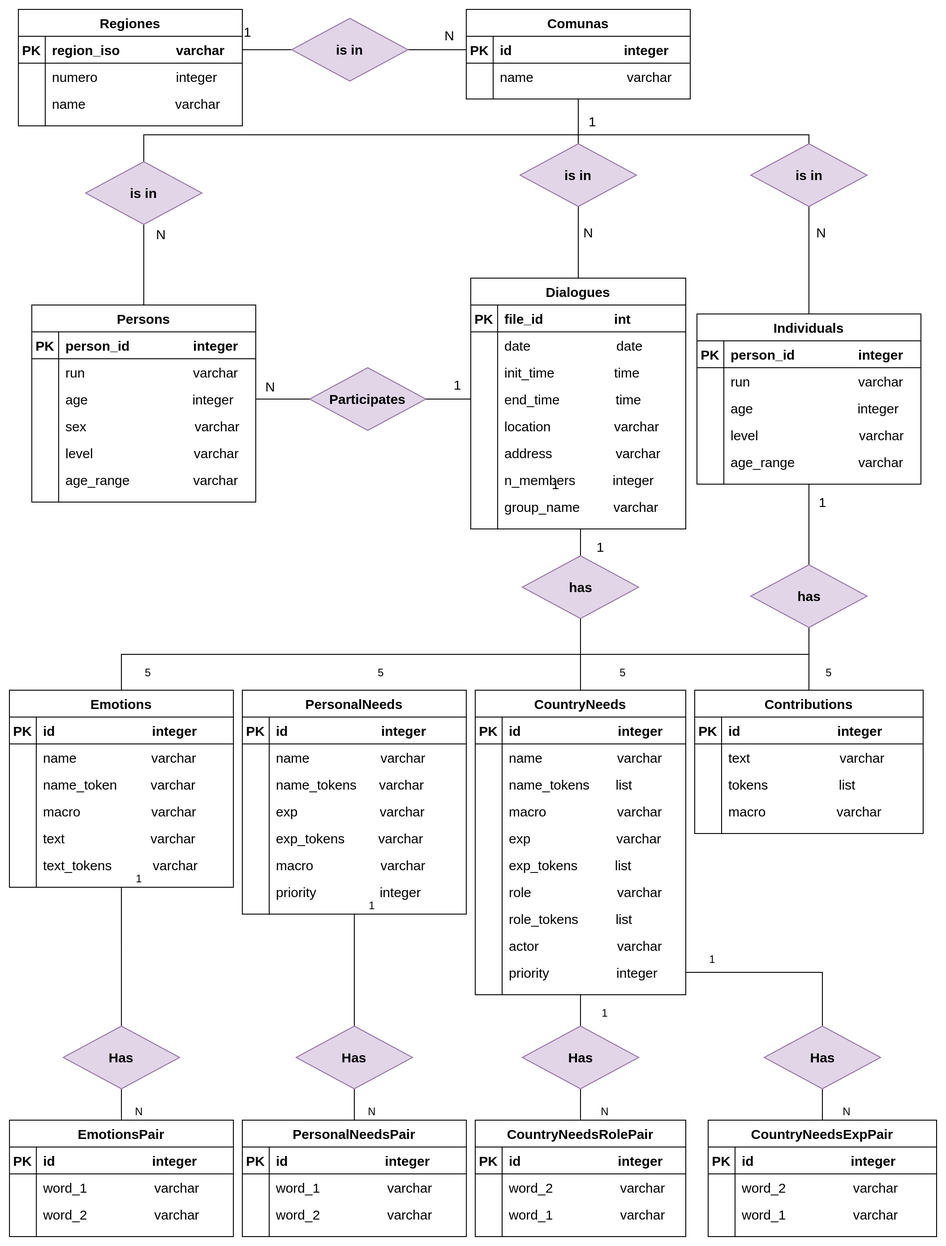
Earlier version of the draw.io export diagrams/MER.png (ECQQ/preprocessing). Source tidied: cells renumbered, new cells last; positions are measured from the earlier drawing's top-left corner, leaving out a move shared by most shapes.
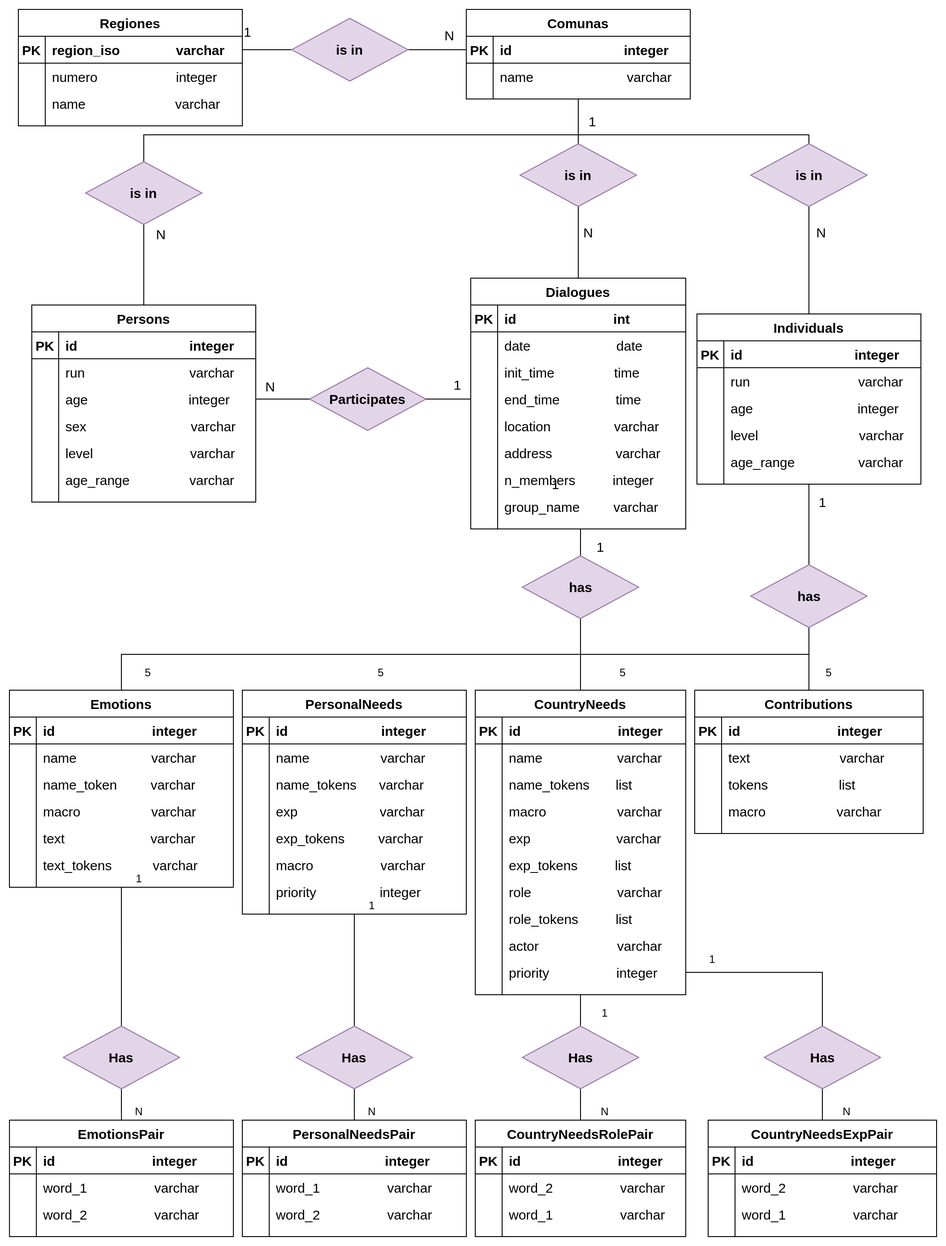
Above is the later version.

Diff of the diagram source:
```diff
@@ -14,7 +14,7 @@
     <mxCell id="5" value="PK" style="shape=partialRectangle;overflow=hidden;fillColor=none;top=0;left=0;bottom=0;right=0;fontStyle=1;fontSize=15;" parent="4" vertex="1">
       <mxGeometry width="30" height="30" as="geometry" />
     </mxCell>
-    <mxCell id="6" value="file_id                   int " style="shape=partialRectangle;overflow=hidden;fillColor=none;top=0;left=0;bottom=0;right=0;align=left;spacingLeft=6;fontStyle=1;fontSize=15;strokeColor=none;" parent="4" vertex="1">
+    <mxCell id="6" value="id                          int " style="shape=partialRectangle;overflow=hidden;fillColor=none;top=0;left=0;bottom=0;right=0;align=left;spacingLeft=6;fontStyle=1;fontSize=15;strokeColor=none;" parent="4" vertex="1">
       <mxGeometry x="30" width="210" height="30" as="geometry" />
     </mxCell>
     <mxCell id="7" style="shape=partialRectangle;fillColor=none;top=0;left=0;right=0;bottom=0;fontSize=15;" parent="3" vertex="1">
@@ -89,7 +89,7 @@
     <mxCell id="30" value="PK" style="shape=partialRectangle;overflow=hidden;fillColor=none;top=0;left=0;bottom=0;right=0;fontStyle=1;fontSize=15;" parent="29" vertex="1">
       <mxGeometry width="30" height="30" as="geometry" />
     </mxCell>
-    <mxCell id="31" value="person_id                 integer " style="shape=partialRectangle;overflow=hidden;fillColor=none;top=0;left=0;bottom=0;right=0;align=left;spacingLeft=6;fontStyle=1;fontSize=15;" parent="29" vertex="1">
+    <mxCell id="31" value="id                              integer " style="shape=partialRectangle;overflow=hidden;fillColor=none;top=0;left=0;bottom=0;right=0;align=left;spacingLeft=6;fontStyle=1;fontSize=15;" parent="29" vertex="1">
       <mxGeometry x="30" width="220" height="30" as="geometry" />
     </mxCell>
     <mxCell id="32" style="shape=partialRectangle;fillColor=none;top=0;left=0;right=0;bottom=0;fontSize=15;" parent="28" vertex="1">
@@ -98,7 +98,7 @@
     <mxCell id="33" style="shape=partialRectangle;overflow=hidden;fillColor=none;top=0;left=0;bottom=0;right=0;fontSize=15;" parent="32" vertex="1">
       <mxGeometry width="30" height="30" as="geometry" />
     </mxCell>
-    <mxCell id="34" value="run                             varchar" style="shape=partialRectangle;overflow=hidden;fillColor=none;top=0;left=0;bottom=0;right=0;align=left;spacingLeft=6;fontSize=15;" parent="32" vertex="1">
+    <mxCell id="34" value="run                            varchar" style="shape=partialRectangle;overflow=hidden;fillColor=none;top=0;left=0;bottom=0;right=0;align=left;spacingLeft=6;fontSize=15;" parent="32" vertex="1">
       <mxGeometry x="30" width="220" height="30" as="geometry" />
     </mxCell>
     <mxCell id="35" style="shape=partialRectangle;fillColor=none;points=[[0,0.5],[1,0.5]];portConstraint=eastwest;top=0;left=0;right=0;bottom=0;fontSize=15;" parent="28" vertex="1">
@@ -107,7 +107,7 @@
     <mxCell id="36" style="shape=partialRectangle;overflow=hidden;fillColor=none;top=0;left=0;bottom=0;right=0;fontSize=15;" parent="35" vertex="1">
       <mxGeometry width="30" height="30" as="geometry" />
     </mxCell>
-    <mxCell id="37" value="age                            integer" style="shape=partialRectangle;overflow=hidden;fillColor=none;top=0;left=0;bottom=0;right=0;align=left;spacingLeft=6;fontSize=15;" parent="35" vertex="1">
+    <mxCell id="37" value="age                           integer" style="shape=partialRectangle;overflow=hidden;fillColor=none;top=0;left=0;bottom=0;right=0;align=left;spacingLeft=6;fontSize=15;" parent="35" vertex="1">
       <mxGeometry x="30" width="220" height="30" as="geometry" />
     </mxCell>
     <mxCell id="38" style="shape=partialRectangle;fillColor=none;top=0;left=0;right=0;bottom=0;fontSize=15;" parent="28" vertex="1">
@@ -116,7 +116,7 @@
     <mxCell id="39" style="shape=partialRectangle;overflow=hidden;fillColor=none;top=0;left=0;bottom=0;right=0;fontSize=15;" parent="38" vertex="1">
       <mxGeometry width="30" height="30" as="geometry" />
     </mxCell>
-    <mxCell id="40" value="sex                             varchar" style="shape=partialRectangle;overflow=hidden;fillColor=none;top=0;left=0;bottom=0;right=0;align=left;spacingLeft=6;fontSize=15;" parent="38" vertex="1">
+    <mxCell id="40" value="sex                            varchar" style="shape=partialRectangle;overflow=hidden;fillColor=none;top=0;left=0;bottom=0;right=0;align=left;spacingLeft=6;fontSize=15;" parent="38" vertex="1">
       <mxGeometry x="30" width="220" height="30" as="geometry" />
     </mxCell>
     <mxCell id="41" style="shape=partialRectangle;fillColor=none;top=0;left=0;right=0;bottom=0;fontSize=15;" parent="28" vertex="1">
@@ -125,7 +125,7 @@
     <mxCell id="42" style="shape=partialRectangle;overflow=hidden;fillColor=none;top=0;left=0;bottom=0;right=0;fontSize=15;" parent="41" vertex="1">
       <mxGeometry width="30" height="30" as="geometry" />
     </mxCell>
-    <mxCell id="43" value="level                           varchar" style="shape=partialRectangle;overflow=hidden;fillColor=none;top=0;left=0;bottom=0;right=0;align=left;spacingLeft=6;fontSize=15;" parent="41" vertex="1">
+    <mxCell id="43" value="level                          varchar" style="shape=partialRectangle;overflow=hidden;fillColor=none;top=0;left=0;bottom=0;right=0;align=left;spacingLeft=6;fontSize=15;" parent="41" vertex="1">
       <mxGeometry x="30" width="220" height="30" as="geometry" />
     </mxCell>
     <mxCell id="44" style="shape=partialRectangle;fillColor=none;top=0;left=0;right=0;bottom=0;fontSize=15;" parent="28" vertex="1">
@@ -134,7 +134,7 @@
     <mxCell id="45" style="shape=partialRectangle;overflow=hidden;fillColor=none;top=0;left=0;bottom=0;right=0;fontSize=15;" parent="44" vertex="1">
       <mxGeometry width="30" height="30" as="geometry" />
     </mxCell>
-    <mxCell id="46" value="age_range                 varchar" style="shape=partialRectangle;overflow=hidden;fillColor=none;top=0;left=0;bottom=0;right=0;align=left;spacingLeft=6;fontSize=15;" parent="44" vertex="1">
+    <mxCell id="46" value="age_range                varchar" style="shape=partialRectangle;overflow=hidden;fillColor=none;top=0;left=0;bottom=0;right=0;align=left;spacingLeft=6;fontSize=15;" parent="44" vertex="1">
       <mxGeometry x="30" width="220" height="30" as="geometry" />
     </mxCell>
     <mxCell id="47" style="edgeStyle=orthogonalEdgeStyle;rounded=0;jettySize=auto;html=1;exitX=1;exitY=0.5;exitDx=0;exitDy=0;entryX=0.5;entryY=0;entryDx=0;entryDy=0;endArrow=none;endFill=0;" parent="1" edge="1" source="139" target="215">
@@ -448,7 +448,7 @@
     <mxCell id="145" value="PK" style="shape=partialRectangle;overflow=hidden;fillColor=none;top=0;left=0;bottom=0;right=0;fontStyle=1;fontSize=15;" parent="144" vertex="1">
       <mxGeometry width="30" height="30" as="geometry" />
     </mxCell>
-    <mxCell id="146" value="person_id                 integer " style="shape=partialRectangle;overflow=hidden;fillColor=none;top=0;left=0;bottom=0;right=0;align=left;spacingLeft=6;fontStyle=1;fontSize=15;" parent="144" vertex="1">
+    <mxCell id="146" value="id                              integer " style="shape=partialRectangle;overflow=hidden;fillColor=none;top=0;left=0;bottom=0;right=0;align=left;spacingLeft=6;fontStyle=1;fontSize=15;" parent="144" vertex="1">
       <mxGeometry x="30" width="220" height="30" as="geometry" />
     </mxCell>
     <mxCell id="147" style="shape=partialRectangle;fillColor=none;top=0;left=0;right=0;bottom=0;fontSize=15;" parent="143" vertex="1">
```
